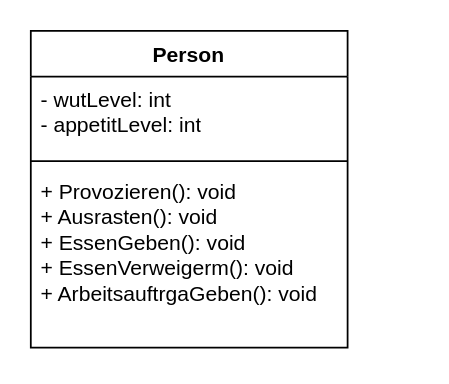
This is Objektbasierte Programmierung/Wutparameter/Wutparameter.drawio from Jonas720s/Objektbasierte-Programmierung, a draw.io file, before an edit. Source tidied: cells renumbered, new cells numbered last; positions are measured from the earlier drawing's top-left corner, leaving out a move shared by most shapes. Both pictures are drawn from the tidied source at 176%, with x=0, y=0 at pixel (30, 30).
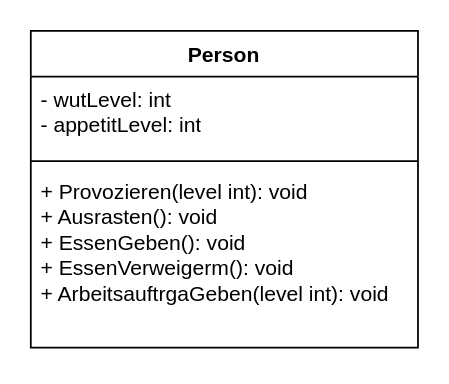
The same page after the edit.

Commit message:
neues UML erstellt

Change to the diagram source:
```diff
@@
 <mxGraphModel>
   <root>
     <mxCell id="0" />
     <mxCell id="1" parent="0" />
     <mxCell id="2" value="Person" style="swimlane;fontStyle=1;align=center;verticalAlign=top;horizontal=1;startSize=26;whiteSpace=wrap;html=1;" parent="1" vertex="1">
-      <mxGeometry width="180" height="180" as="geometry" />
+      <mxGeometry width="220" height="180" as="geometry" />
     </mxCell>
     <mxCell id="3" value="- wutLevel: int&lt;br&gt;- appetitLevel: int" style="text;strokeColor=none;fillColor=none;align=left;verticalAlign=top;spacingLeft=4;spacingRight=4;overflow=hidden;whiteSpace=wrap;html=1;" parent="2" vertex="1">
-      <mxGeometry y="26" width="180" height="44" as="geometry" />
+      <mxGeometry y="26" width="220" height="44" as="geometry" />
     </mxCell>
     <mxCell id="4" style="line;strokeWidth=1;fillColor=none;align=left;verticalAlign=middle;spacingTop=-1;spacingLeft=3;spacingRight=3;labelPosition=right;strokeColor=inherit;" parent="2" vertex="1">
-      <mxGeometry y="70" width="180" height="8" as="geometry" />
+      <mxGeometry y="70" width="220" height="8" as="geometry" />
     </mxCell>
-    <mxCell id="5" value="+ Provozieren(): void&lt;br&gt;+ Ausrasten(): void&lt;br&gt;+ EssenGeben(): void&lt;br&gt;+ EssenVerweigerm(): void&lt;br&gt;+ ArbeitsauftrgaGeben(): void" style="text;strokeColor=none;fillColor=none;align=left;verticalAlign=top;spacingLeft=4;spacingRight=4;overflow=hidden;whiteSpace=wrap;html=1;" parent="2" vertex="1">
-      <mxGeometry y="78" width="180" height="102" as="geometry" />
+    <mxCell id="5" value="+ Provozieren(level int): void&lt;br&gt;+ Ausrasten(): void&lt;br&gt;+ EssenGeben(): void&lt;br&gt;+ EssenVerweigerm(): void&lt;br&gt;+ ArbeitsauftrgaGeben(level int): void" style="text;strokeColor=none;fillColor=none;align=left;verticalAlign=top;spacingLeft=4;spacingRight=4;overflow=hidden;whiteSpace=wrap;html=1;" parent="2" vertex="1">
+      <mxGeometry y="78" width="220" height="102" as="geometry" />
     </mxCell>
   </root>
 </mxGraphModel>
```
